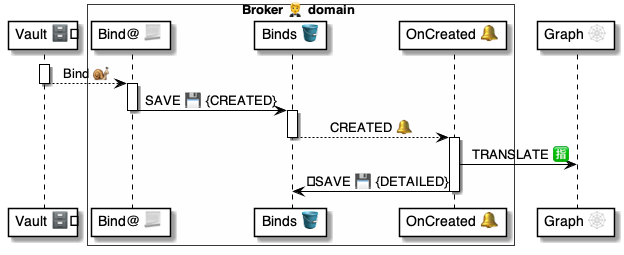
Before: 4 ⚙️ Solution/20 🧑‍🦰 UI/Brokers 🤵/🤵🪣 Broker tables/Binds 🔗 table/🪣🔔 on Created/🤵 OnBindCreated ⚙️ uml.png, a diagram exported from PlantUML (pollyweb-org/pollyweb-docs). Its source is kept beside it as 4 ⚙️ Solution/20 🧑‍🦰 UI/Brokers 🤵/🤵🪣 Broker tables/Binds 🔗 table/🪣🔔 on Created/🤵 OnBindCreated ⚙️ uml.puml.
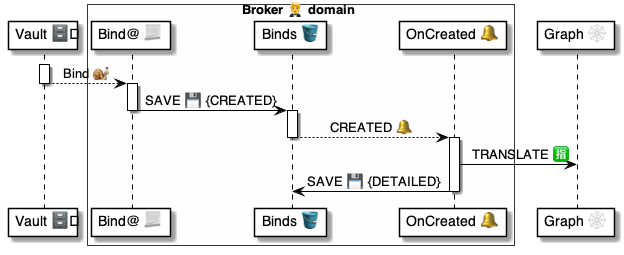
The same file after the commit.

Diff of the diagram source:
```diff
@@ -25,7 +25,7 @@
 
 activate handler
     handler -> graph: TRANSLATE 🈯
-    handler ->  binds: ️SAVE 💾 {DETAILED}
+    handler ->  binds: SAVE 💾 {DETAILED}
 deactivate handler
 
 
```
